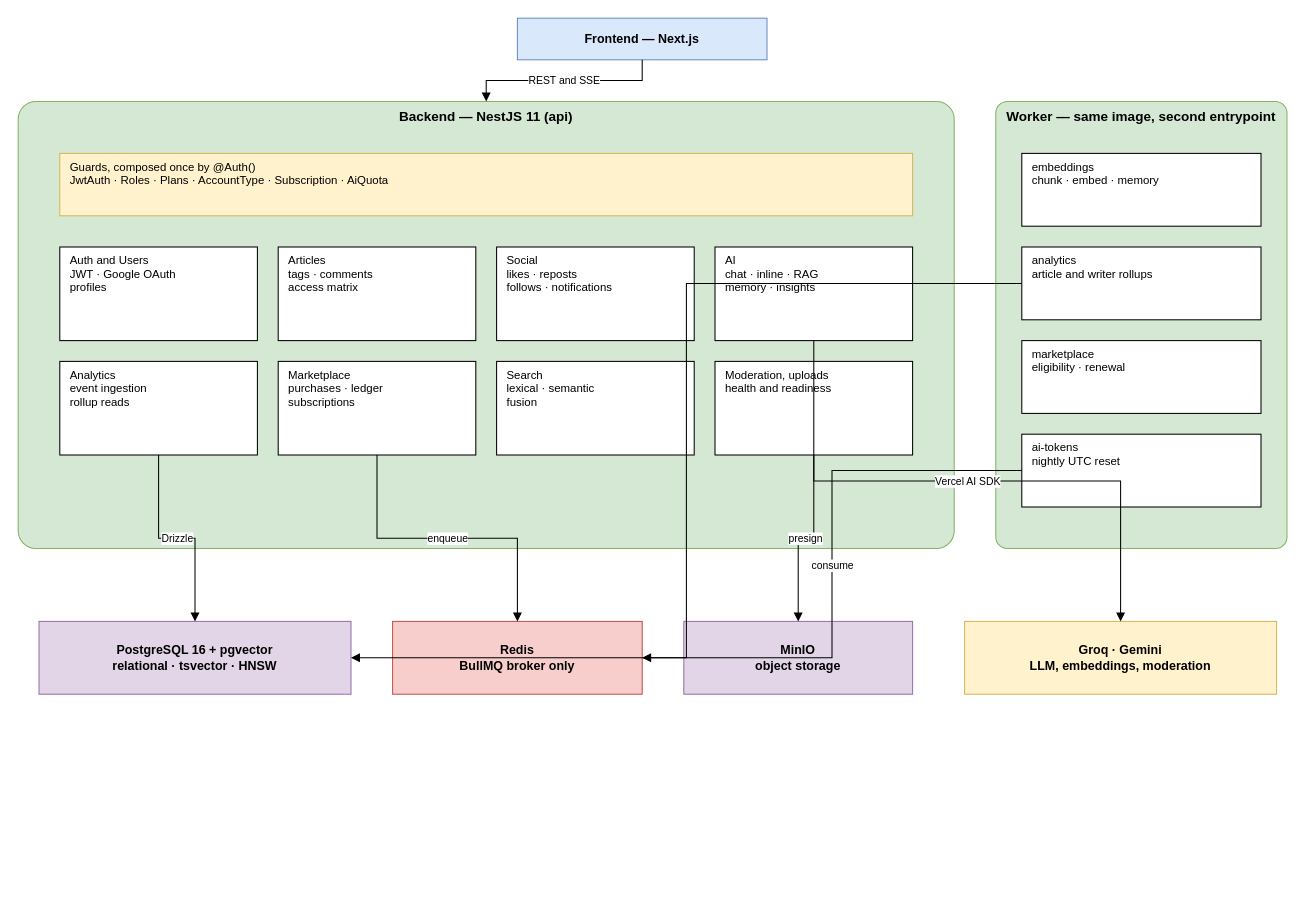
Before: diagrams/fig-3-2-architecture-backend/fig-3-2-architecture-backend.drawio in inkwell-dev/spec.inkwell.ai, a draw.io diagram. Source tidied: cells renumbered, new cells numbered last; positions are measured from the earlier drawing's top-left corner, leaving out a move shared by most shapes. Both pictures are drawn from the tidied source at 104%, with x=0, y=0 at pixel (18, 18).
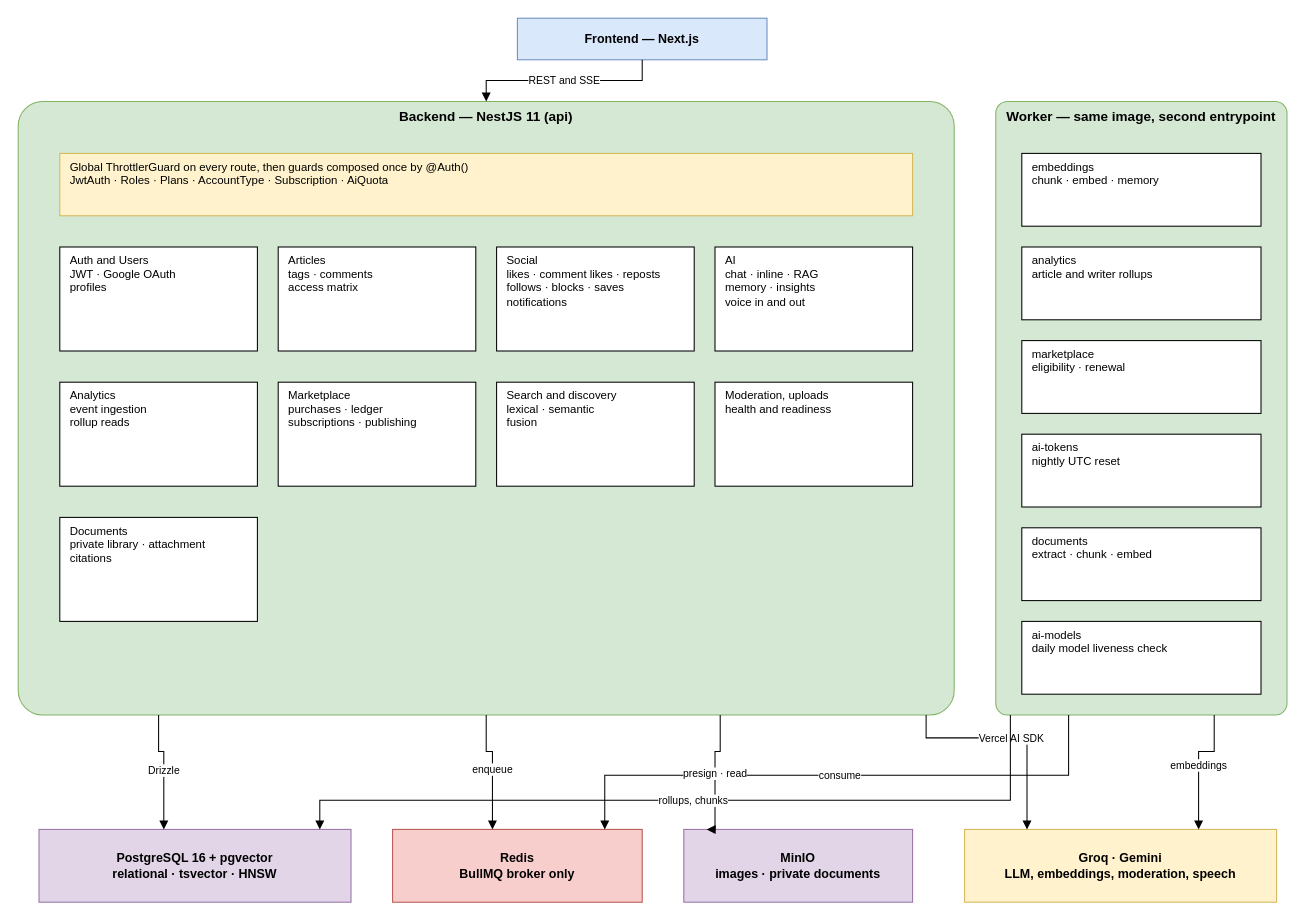
After the change.

Commit message (it also covers changes not shown here):
docs(diagrams): redraw fig-3-2 with six queues, the documents module and speech

The change refers to these unchanged cells:
```xml
<mxCell id="15" value="analytics&lt;br&gt;article and writer rollups" style="rounded=0;whiteSpace=wrap;html=1;verticalAlign=top;align=left;spacingLeft=8;fontSize=11;fillColor=#FFFFFF;strokeColor=#000000;" parent="1" vertex="1">
  <mxGeometry x="965" y="220" width="230" height="70" as="geometry" />
</mxCell>
<mxCell id="17" value="ai-tokens&lt;br&gt;nightly UTC reset" style="rounded=0;whiteSpace=wrap;html=1;verticalAlign=top;align=left;spacingLeft=8;fontSize=11;fillColor=#FFFFFF;strokeColor=#000000;" parent="1" vertex="1">
  <mxGeometry x="965" y="400" width="230" height="70" as="geometry" />
</mxCell>
```

Change to the diagram source:
```diff
@@
     <mxCell id="3" value="Backend — NestJS 11 (api)" style="rounded=1;whiteSpace=wrap;html=1;verticalAlign=top;fontStyle=1;fontSize=13;arcSize=4;fillColor=#D5E8D4;strokeColor=#82B366;" parent="1" vertex="1">
-      <mxGeometry y="80" width="900" height="430" as="geometry" />
+      <mxGeometry y="80" width="900" height="590" as="geometry" />
     </mxCell>
-    <mxCell id="4" value="Guards, composed once by @Auth()&lt;br&gt;JwtAuth · Roles · Plans · AccountType · Subscription · AiQuota" style="rounded=0;whiteSpace=wrap;html=1;verticalAlign=top;align=left;spacingLeft=8;fontSize=11;fillColor=#FFF2CC;strokeColor=#D6B656;" parent="1" vertex="1">
+    <mxCell id="4" value="Global ThrottlerGuard on every route, then guards composed once by @Auth()&lt;br&gt;JwtAuth · Roles · Plans · AccountType · Subscription · AiQuota" style="rounded=0;whiteSpace=wrap;html=1;verticalAlign=top;align=left;spacingLeft=8;fontSize=11;fillColor=#FFF2CC;strokeColor=#D6B656;" parent="1" vertex="1">
       <mxGeometry x="40" y="130" width="820" height="60" as="geometry" />
     </mxCell>
     <mxCell id="5" value="Auth and Users&lt;br&gt;JWT · Google OAuth&lt;br&gt;profiles" style="rounded=0;whiteSpace=wrap;html=1;verticalAlign=top;align=left;spacingLeft=8;fontSize=11;fillColor=#FFFFFF;strokeColor=#000000;" parent="1" vertex="1">
-      <mxGeometry x="40" y="220" width="190" height="90" as="geometry" />
+      <mxGeometry x="40" y="220" width="190" height="100" as="geometry" />
     </mxCell>
     <mxCell id="6" value="Articles&lt;br&gt;tags · comments&lt;br&gt;access matrix" style="rounded=0;whiteSpace=wrap;html=1;verticalAlign=top;align=left;spacingLeft=8;fontSize=11;fillColor=#FFFFFF;strokeColor=#000000;" parent="1" vertex="1">
-      <mxGeometry x="250" y="220" width="190" height="90" as="geometry" />
+      <mxGeometry x="250" y="220" width="190" height="100" as="geometry" />
     </mxCell>
-    <mxCell id="7" value="Social&lt;br&gt;likes · reposts&lt;br&gt;follows · notifications" style="rounded=0;whiteSpace=wrap;html=1;verticalAlign=top;align=left;spacingLeft=8;fontSize=11;fillColor=#FFFFFF;strokeColor=#000000;" parent="1" vertex="1">
-      <mxGeometry x="460" y="220" width="190" height="90" as="geometry" />
+    <mxCell id="7" value="Social&lt;br&gt;likes · comment likes · reposts&lt;br&gt;follows · blocks · saves&lt;br&gt;notifications" style="rounded=0;whiteSpace=wrap;html=1;verticalAlign=top;align=left;spacingLeft=8;fontSize=11;fillColor=#FFFFFF;strokeColor=#000000;" parent="1" vertex="1">
+      <mxGeometry x="460" y="220" width="190" height="100" as="geometry" />
     </mxCell>
-    <mxCell id="8" value="AI&lt;br&gt;chat · inline · RAG&lt;br&gt;memory · insights" style="rounded=0;whiteSpace=wrap;html=1;verticalAlign=top;align=left;spacingLeft=8;fontSize=11;fillColor=#FFFFFF;strokeColor=#000000;" parent="1" vertex="1">
-      <mxGeometry x="670" y="220" width="190" height="90" as="geometry" />
+    <mxCell id="8" value="AI&lt;br&gt;chat · inline · RAG&lt;br&gt;memory · insights&lt;br&gt;voice in and out" style="rounded=0;whiteSpace=wrap;html=1;verticalAlign=top;align=left;spacingLeft=8;fontSize=11;fillColor=#FFFFFF;strokeColor=#000000;" parent="1" vertex="1">
+      <mxGeometry x="670" y="220" width="190" height="100" as="geometry" />
     </mxCell>
     <mxCell id="9" value="Analytics&lt;br&gt;event ingestion&lt;br&gt;rollup reads" style="rounded=0;whiteSpace=wrap;html=1;verticalAlign=top;align=left;spacingLeft=8;fontSize=11;fillColor=#FFFFFF;strokeColor=#000000;" parent="1" vertex="1">
-      <mxGeometry x="40" y="330" width="190" height="90" as="geometry" />
+      <mxGeometry x="40" y="350" width="190" height="100" as="geometry" />
     </mxCell>
-    <mxCell id="10" value="Marketplace&lt;br&gt;purchases · ledger&lt;br&gt;subscriptions" style="rounded=0;whiteSpace=wrap;html=1;verticalAlign=top;align=left;spacingLeft=8;fontSize=11;fillColor=#FFFFFF;strokeColor=#000000;" parent="1" vertex="1">
-      <mxGeometry x="250" y="330" width="190" height="90" as="geometry" />
+    <mxCell id="10" value="Marketplace&lt;br&gt;purchases · ledger&lt;br&gt;subscriptions · publishing" style="rounded=0;whiteSpace=wrap;html=1;verticalAlign=top;align=left;spacingLeft=8;fontSize=11;fillColor=#FFFFFF;strokeColor=#000000;" parent="1" vertex="1">
+      <mxGeometry x="250" y="350" width="190" height="100" as="geometry" />
     </mxCell>
-    <mxCell id="11" value="Search&lt;br&gt;lexical · semantic&lt;br&gt;fusion" style="rounded=0;whiteSpace=wrap;html=1;verticalAlign=top;align=left;spacingLeft=8;fontSize=11;fillColor=#FFFFFF;strokeColor=#000000;" parent="1" vertex="1">
-      <mxGeometry x="460" y="330" width="190" height="90" as="geometry" />
+    <mxCell id="11" value="Search and discovery&lt;br&gt;lexical · semantic&lt;br&gt;fusion" style="rounded=0;whiteSpace=wrap;html=1;verticalAlign=top;align=left;spacingLeft=8;fontSize=11;fillColor=#FFFFFF;strokeColor=#000000;" parent="1" vertex="1">
+      <mxGeometry x="460" y="350" width="190" height="100" as="geometry" />
     </mxCell>
     <mxCell id="12" value="Moderation, uploads&lt;br&gt;health and readiness" style="rounded=0;whiteSpace=wrap;html=1;verticalAlign=top;align=left;spacingLeft=8;fontSize=11;fillColor=#FFFFFF;strokeColor=#000000;" parent="1" vertex="1">
-      <mxGeometry x="670" y="330" width="190" height="90" as="geometry" />
+      <mxGeometry x="670" y="350" width="190" height="100" as="geometry" />
     </mxCell>
+    <mxCell id="29" value="Documents&lt;br&gt;private library · attachment&lt;br&gt;citations" style="rounded=0;whiteSpace=wrap;html=1;verticalAlign=top;align=left;spacingLeft=8;fontSize=11;fillColor=#FFFFFF;strokeColor=#000000;" parent="1" vertex="1">
+      <mxGeometry x="40" y="480" width="190" height="100" as="geometry" />
+    </mxCell>
     <mxCell id="13" value="Worker — same image, second entrypoint" style="rounded=1;whiteSpace=wrap;html=1;verticalAlign=top;fontStyle=1;fontSize=13;arcSize=4;fillColor=#D5E8D4;strokeColor=#82B366;" parent="1" vertex="1">
-      <mxGeometry x="940" y="80" width="280" height="430" as="geometry" />
+      <mxGeometry x="940" y="80" width="280" height="590" as="geometry" />
     </mxCell>
@@
+    <mxCell id="30" value="documents&lt;br&gt;extract · chunk · embed" style="rounded=0;whiteSpace=wrap;html=1;verticalAlign=top;align=left;spacingLeft=8;fontSize=11;fillColor=#FFFFFF;strokeColor=#000000;" parent="1" vertex="1">
+      <mxGeometry x="965" y="490" width="230" height="70" as="geometry" />
+    </mxCell>
+    <mxCell id="31" value="ai-models&lt;br&gt;daily model liveness check" style="rounded=0;whiteSpace=wrap;html=1;verticalAlign=top;align=left;spacingLeft=8;fontSize=11;fillColor=#FFFFFF;strokeColor=#000000;" parent="1" vertex="1">
+      <mxGeometry x="965" y="580" width="230" height="70" as="geometry" />
+    </mxCell>
     <mxCell id="18" value="PostgreSQL 16 + pgvector&lt;br&gt;relational · tsvector · HNSW" style="rounded=0;whiteSpace=wrap;html=1;fontStyle=1;fontSize=12;fillColor=#E1D5E7;strokeColor=#9673A6;" parent="1" vertex="1">
-      <mxGeometry x="20" y="580" width="300" height="70" as="geometry" />
+      <mxGeometry x="20" y="780" width="300" height="70" as="geometry" />
     </mxCell>
     <mxCell id="19" value="Redis&lt;br&gt;BullMQ broker only" style="rounded=0;whiteSpace=wrap;html=1;fontStyle=1;fontSize=12;fillColor=#F8CECC;strokeColor=#B85450;" parent="1" vertex="1">
-      <mxGeometry x="360" y="580" width="240" height="70" as="geometry" />
+      <mxGeometry x="360" y="780" width="240" height="70" as="geometry" />
     </mxCell>
-    <mxCell id="20" value="MinIO&lt;br&gt;object storage" style="rounded=0;whiteSpace=wrap;html=1;fontStyle=1;fontSize=12;fillColor=#E1D5E7;strokeColor=#9673A6;" parent="1" vertex="1">
-      <mxGeometry x="640" y="580" width="220" height="70" as="geometry" />
+    <mxCell id="20" value="MinIO&lt;br&gt;images · private documents" style="rounded=0;whiteSpace=wrap;html=1;fontStyle=1;fontSize=12;fillColor=#E1D5E7;strokeColor=#9673A6;" parent="1" vertex="1">
+      <mxGeometry x="640" y="780" width="220" height="70" as="geometry" />
     </mxCell>
-    <mxCell id="21" value="Groq · Gemini&lt;br&gt;LLM, embeddings, moderation" style="rounded=0;whiteSpace=wrap;html=1;fontStyle=1;fontSize=12;fillColor=#FFF2CC;strokeColor=#D6B656;" parent="1" vertex="1">
-      <mxGeometry x="910" y="580" width="300" height="70" as="geometry" />
+    <mxCell id="21" value="Groq · Gemini&lt;br&gt;LLM, embeddings, moderation, speech" style="rounded=0;whiteSpace=wrap;html=1;fontStyle=1;fontSize=12;fillColor=#FFF2CC;strokeColor=#D6B656;" parent="1" vertex="1">
+      <mxGeometry x="910" y="780" width="300" height="70" as="geometry" />
     </mxCell>
@@
-    <mxCell id="23" value="Drizzle" style="edgeStyle=orthogonalEdgeStyle;rounded=0;html=1;endArrow=block;endFill=1;fontSize=10;labelBackgroundColor=#FFFFFF;exitX=0.5;exitY=1;exitDx=0;exitDy=0;entryX=0.5;entryY=0;entryDx=0;entryDy=0;" parent="1" edge="1" source="9" target="18">
-      <mxGeometry relative="1" as="geometry" />
+    <mxCell id="23" value="Drizzle" style="edgeStyle=orthogonalEdgeStyle;rounded=0;html=1;endArrow=block;endFill=1;fontSize=10;labelBackgroundColor=#FFFFFF;exitX=0.15;exitY=1;exitDx=0;exitDy=0;entryX=0.4;entryY=0;entryDx=0;entryDy=0;" parent="1" edge="1" source="3" target="18">
+      <mxGeometry relative="1" as="geometry">
+        <Array as="points">
+          <mxPoint x="135" y="705" />
+          <mxPoint x="140" y="705" />
+        </Array>
+      </mxGeometry>
     </mxCell>
-    <mxCell id="24" value="enqueue" style="edgeStyle=orthogonalEdgeStyle;rounded=0;html=1;endArrow=block;endFill=1;fontSize=10;labelBackgroundColor=#FFFFFF;exitX=0.5;exitY=1;exitDx=0;exitDy=0;entryX=0.5;entryY=0;entryDx=0;entryDy=0;" parent="1" edge="1" source="10" target="19">
-      <mxGeometry relative="1" as="geometry" />
+    <mxCell id="24" value="enqueue" style="edgeStyle=orthogonalEdgeStyle;rounded=0;html=1;endArrow=block;endFill=1;fontSize=10;labelBackgroundColor=#FFFFFF;exitX=0.5;exitY=1;exitDx=0;exitDy=0;entryX=0.4;entryY=0;entryDx=0;entryDy=0;" parent="1" edge="1" source="3" target="19">
+      <mxGeometry relative="1" as="geometry">
+        <Array as="points">
+          <mxPoint x="450" y="705" />
+          <mxPoint x="456" y="705" />
+        </Array>
+      </mxGeometry>
     </mxCell>
-    <mxCell id="25" value="consume" style="edgeStyle=orthogonalEdgeStyle;rounded=0;html=1;endArrow=block;endFill=1;fontSize=10;labelBackgroundColor=#FFFFFF;exitX=0;exitY=0.5;exitDx=0;exitDy=0;entryX=1;entryY=0.5;entryDx=0;entryDy=0;" parent="1" edge="1" source="17" target="19">
-      <mxGeometry relative="1" as="geometry" />
+    <mxCell id="25" value="consume" style="edgeStyle=orthogonalEdgeStyle;rounded=0;html=1;endArrow=block;endFill=1;fontSize=10;labelBackgroundColor=#FFFFFF;exitX=0.25;exitY=1;exitDx=0;exitDy=0;entryX=0.85;entryY=0;entryDx=0;entryDy=0;" parent="1" edge="1" source="13" target="19">
+      <mxGeometry relative="1" as="geometry">
+        <Array as="points">
+          <mxPoint x="1010" y="728" />
+          <mxPoint x="564" y="728" />
+        </Array>
+      </mxGeometry>
     </mxCell>
+    <mxCell id="27" value="presign · read" style="edgeStyle=orthogonalEdgeStyle;rounded=0;html=1;endArrow=block;endFill=1;fontSize=10;labelBackgroundColor=#FFFFFF;exitX=0.75;exitY=1;exitDx=0;exitDy=0;entryX=0.1;entryY=0;entryDx=0;entryDy=0;" parent="1" edge="1" source="3" target="20">
+      <mxGeometry relative="1" as="geometry">
+        <Array as="points">
+          <mxPoint x="675" y="705" />
+          <mxPoint x="670" y="705" />
+        </Array>
+      </mxGeometry>
+    </mxCell>
+    <mxCell id="32" value="Vercel AI SDK" style="edgeStyle=orthogonalEdgeStyle;rounded=0;html=1;endArrow=block;endFill=1;fontSize=10;labelBackgroundColor=#FFFFFF;exitX=0.97;exitY=1;exitDx=0;exitDy=0;entryX=0.2;entryY=0;entryDx=0;entryDy=0;" parent="1" edge="1" source="3" target="21">
+      <mxGeometry relative="1" as="geometry">
+        <Array as="points">
+          <mxPoint x="873" y="692" />
+          <mxPoint x="970" y="692" />
+        </Array>
+      </mxGeometry>
+    </mxCell>
+    <mxCell id="28" value="embeddings" style="edgeStyle=orthogonalEdgeStyle;rounded=0;html=1;endArrow=block;endFill=1;fontSize=10;labelBackgroundColor=#FFFFFF;exitX=0.75;exitY=1;exitDx=0;exitDy=0;entryX=0.75;entryY=0;entryDx=0;entryDy=0;" parent="1" edge="1" source="13" target="21">
+      <mxGeometry relative="1" as="geometry">
+        <Array as="points">
+          <mxPoint x="1150" y="705" />
+          <mxPoint x="1135" y="705" />
+        </Array>
+      </mxGeometry>
+    </mxCell>
-    <mxCell id="26" style="edgeStyle=orthogonalEdgeStyle;rounded=0;html=1;endArrow=block;endFill=1;fontSize=10;labelBackgroundColor=#FFFFFF;exitX=0;exitY=0.5;exitDx=0;exitDy=0;entryX=1;entryY=0.5;entryDx=0;entryDy=0;" parent="1" edge="1" source="15" target="18">
-      <mxGeometry relative="1" as="geometry" />
+    <mxCell id="26" value="rollups, chunks" style="edgeStyle=orthogonalEdgeStyle;rounded=0;html=1;endArrow=block;endFill=1;fontSize=10;labelBackgroundColor=#FFFFFF;exitX=0.05;exitY=1;exitDx=0;exitDy=0;entryX=0.9;entryY=0;entryDx=0;entryDy=0;" parent="1" edge="1" source="13" target="18">
+      <mxGeometry relative="1" as="geometry">
+        <Array as="points">
+          <mxPoint x="954" y="752" />
+          <mxPoint x="290" y="752" />
+        </Array>
+      </mxGeometry>
     </mxCell>
-    <mxCell id="27" value="presign" style="edgeStyle=orthogonalEdgeStyle;rounded=0;html=1;endArrow=block;endFill=1;fontSize=10;labelBackgroundColor=#FFFFFF;exitX=0.5;exitY=1;exitDx=0;exitDy=0;entryX=0.5;entryY=0;entryDx=0;entryDy=0;" parent="1" edge="1" source="12" target="20">
-      <mxGeometry relative="1" as="geometry" />
-    </mxCell>
-    <mxCell id="28" value="Vercel AI SDK" style="edgeStyle=orthogonalEdgeStyle;rounded=0;html=1;endArrow=block;endFill=1;fontSize=10;labelBackgroundColor=#FFFFFF;exitX=0.5;exitY=1;exitDx=0;exitDy=0;entryX=0.5;entryY=0;entryDx=0;entryDy=0;" parent="1" edge="1" source="8" target="21">
-      <mxGeometry relative="1" as="geometry" />
-    </mxCell>
```
